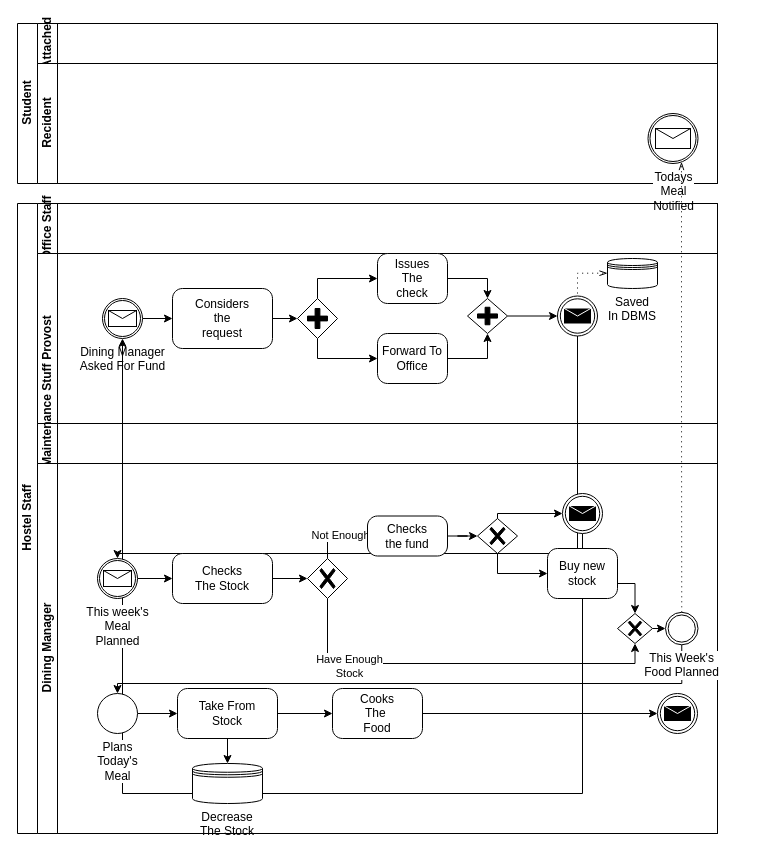
Earlier version of the draw.io diagram page "Page-2" (2 of 6) of BPMN/BPMN_B1_4.drawio (Noman1705088/CSE-326). Source tidied: cells renumbered, new cells numbered last; positions are measured from the earlier drawing's top-left corner, leaving out a move shared by most shapes. Both pictures are drawn from the tidied source at 100%, with x=0, y=0 at pixel (17, 23).
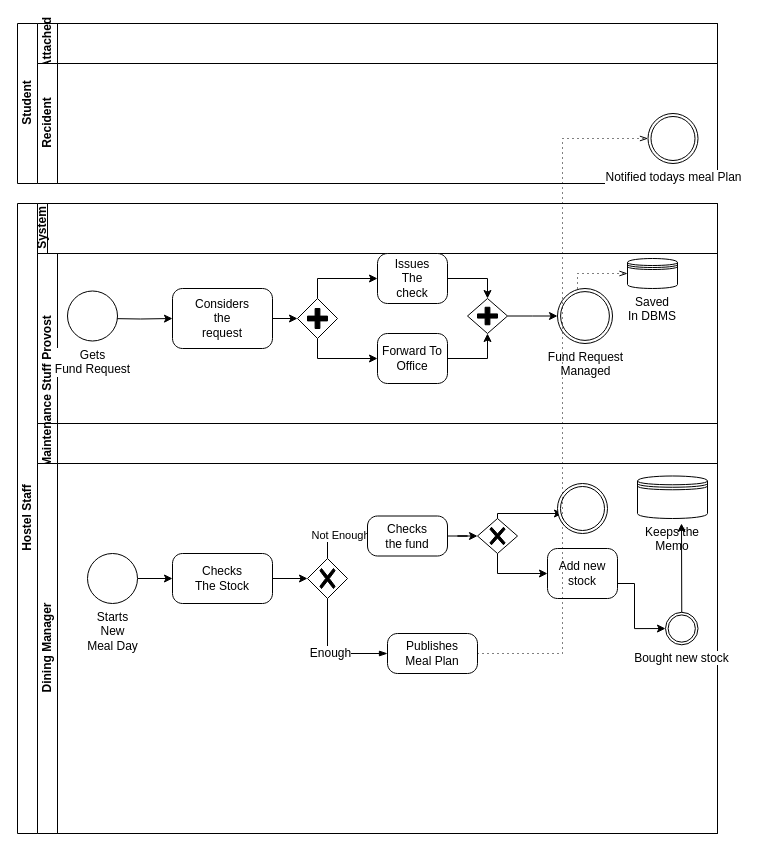
Above is the later version.

Unchanged cells that the change refers to:
```xml
<mxCell id="4" value="Recident" style="swimlane;html=1;startSize=20;horizontal=0;" parent="2" vertex="1">
  <mxGeometry x="20" y="40" width="680" height="120" as="geometry" />
</mxCell>
<mxCell id="6" value="Hostel Staff" style="swimlane;html=1;horizontal=0;startSize=20;" parent="1" vertex="1">
  <mxGeometry y="180" width="700" height="630" as="geometry" />
</mxCell>
<mxCell id="8" value="Provost" style="swimlane;html=1;startSize=20;horizontal=0;" parent="6" vertex="1">
  <mxGeometry x="20" y="50" width="680" height="170" as="geometry" />
</mxCell>
<mxCell id="12" value="Considers&#10;the&#10;request" style="points=[[0.25,0,0],[0.5,0,0],[0.75,0,0],[1,0.25,0],[1,0.5,0],[1,0.75,0],[0.75,1,0],[0.5,1,0],[0.25,1,0],[0,0.75,0],[0,0.5,0],[0,0.25,0]];shape=mxgraph.bpmn.task;whiteSpace=wrap;rectStyle=rounded;size=10;taskMarker=abstract;" parent="8" vertex="1">
  <mxGeometry x="135" y="35" width="100" height="60" as="geometry" />
</mxCell>
<mxCell id="21" style="points=[[0.25,0.25,0],[0.5,0,0],[0.75,0.25,0],[1,0.5,0],[0.75,0.75,0],[0.5,1,0],[0.25,0.75,0],[0,0.5,0]];shape=mxgraph.bpmn.gateway2;html=1;verticalLabelPosition=bottom;labelBackgroundColor=#ffffff;verticalAlign=top;align=center;perimeter=rhombusPerimeter;outlineConnect=0;outline=none;symbol=none;gwType=parallel;" parent="8" vertex="1">
  <mxGeometry x="430" y="45" width="40" height="35" as="geometry" />
</mxCell>
<mxCell id="28" value="Dining Manager" style="swimlane;html=1;startSize=20;horizontal=0;" parent="6" vertex="1">
  <mxGeometry x="20" y="260" width="680" height="370" as="geometry" />
</mxCell>
<mxCell id="30" value="Checks&#10;The Stock" style="points=[[0.25,0,0],[0.5,0,0],[0.75,0,0],[1,0.25,0],[1,0.5,0],[1,0.75,0],[0.75,1,0],[0.5,1,0],[0.25,1,0],[0,0.75,0],[0,0.5,0],[0,0.25,0]];shape=mxgraph.bpmn.task;whiteSpace=wrap;rectStyle=rounded;size=10;taskMarker=abstract;" parent="28" vertex="1">
  <mxGeometry x="135" y="90" width="100" height="50" as="geometry" />
</mxCell>
<mxCell id="35" style="points=[[0.25,0.25,0],[0.5,0,0],[0.75,0.25,0],[1,0.5,0],[0.75,0.75,0],[0.5,1,0],[0.25,0.75,0],[0,0.5,0]];shape=mxgraph.bpmn.gateway2;html=1;verticalLabelPosition=bottom;labelBackgroundColor=#ffffff;verticalAlign=top;align=center;perimeter=rhombusPerimeter;outlineConnect=0;outline=none;symbol=none;gwType=exclusive;" parent="28" vertex="1">
  <mxGeometry x="270" y="95" width="40" height="40" as="geometry" />
</mxCell>
<mxCell id="41" style="points=[[0.25,0.25,0],[0.5,0,0],[0.75,0.25,0],[1,0.5,0],[0.75,0.75,0],[0.5,1,0],[0.25,0.75,0],[0,0.5,0]];shape=mxgraph.bpmn.gateway2;html=1;verticalLabelPosition=bottom;labelBackgroundColor=#ffffff;verticalAlign=top;align=center;perimeter=rhombusPerimeter;outlineConnect=0;outline=none;symbol=none;gwType=exclusive;" parent="28" vertex="1">
  <mxGeometry x="440" y="55" width="40" height="35" as="geometry" />
</mxCell>
```

Diff of the diagram source:
```diff
@@
-    <mxCell id="5" value="Todays&lt;br&gt;Meal&lt;br&gt;Notified" style="points=[[0.145,0.145,0],[0.5,0,0],[0.855,0.145,0],[1,0.5,0],[0.855,0.855,0],[0.5,1,0],[0.145,0.855,0],[0,0.5,0]];shape=mxgraph.bpmn.event;html=1;verticalLabelPosition=bottom;labelBackgroundColor=#ffffff;verticalAlign=top;align=center;perimeter=ellipsePerimeter;outlineConnect=0;outline=catching;symbol=message;" parent="4" vertex="1">
-      <mxGeometry x="610.5" y="50" width="50" height="50" as="geometry" />
-    </mxCell>
+    <mxCell id="60" value="Notified todays meal Plan" style="shape=mxgraph.bpmn.event;html=1;verticalLabelPosition=bottom;labelBackgroundColor=#ffffff;verticalAlign=top;align=center;perimeter=ellipsePerimeter;outline=throwing;symbol=general;" parent="4" vertex="1">
+      <mxGeometry x="610.5" y="50" width="50" height="50" as="geometry" />
+    </mxCell>
@@
-    <mxCell id="7" value="Office Staff" style="swimlane;html=1;startSize=20;horizontal=0;" parent="6" vertex="1">
+    <mxCell id="7" value="System" style="swimlane;html=1;startSize=10;horizontal=0;" parent="6" vertex="1">
       <mxGeometry x="20" width="680" height="50" as="geometry" />
     </mxCell>
@@
-    <mxCell id="9" style="edgeStyle=orthogonalEdgeStyle;rounded=0;jettySize=auto;html=1;exitX=1;exitY=0.5;exitDx=0;exitDy=0;exitPerimeter=0;entryX=0;entryY=0.5;entryDx=0;entryDy=0;entryPerimeter=0;" parent="8" edge="1" source="10" target="12">
-      <mxGeometry relative="1" as="geometry" />
+    <mxCell id="9" style="edgeStyle=orthogonalEdgeStyle;rounded=0;jettySize=auto;html=1;entryX=0;entryY=0.5;entryDx=0;entryDy=0;entryPerimeter=0;" parent="8" edge="1" target="12">
+      <mxGeometry relative="1" as="geometry">
+        <mxPoint x="70" y="65" as="sourcePoint" />
+      </mxGeometry>
     </mxCell>
-    <mxCell id="10" value="Dining Manager&lt;br&gt;Asked For Fund" style="points=[[0.145,0.145,0],[0.5,0,0],[0.855,0.145,0],[1,0.5,0],[0.855,0.855,0],[0.5,1,0],[0.145,0.855,0],[0,0.5,0]];shape=mxgraph.bpmn.event;html=1;verticalLabelPosition=bottom;labelBackgroundColor=#ffffff;verticalAlign=top;align=center;perimeter=ellipsePerimeter;outlineConnect=0;outline=catching;symbol=message;" parent="8" vertex="1">
-      <mxGeometry x="65" y="45" width="40" height="40" as="geometry" />
-    </mxCell>
@@
-    <mxCell id="20" style="edgeStyle=orthogonalEdgeStyle;rounded=0;jettySize=auto;html=1;entryX=0;entryY=0.5;entryDx=0;entryDy=0;entryPerimeter=0;" parent="8" edge="1" source="21" target="24">
-      <mxGeometry relative="1" as="geometry" />
+    <mxCell id="20" style="edgeStyle=orthogonalEdgeStyle;rounded=0;jettySize=auto;html=1;entryX=0;entryY=0.5;entryDx=0;entryDy=0;entryPerimeter=0;" parent="8" edge="1" source="21">
+      <mxGeometry relative="1" as="geometry">
+        <mxPoint x="520" y="62.5" as="targetPoint" />
+      </mxGeometry>
     </mxCell>
@@
     <mxCell id="22" value="Saved&lt;br&gt;In DBMS" style="shape=datastore;whiteSpace=wrap;html=1;labelPosition=center;verticalLabelPosition=bottom;align=center;verticalAlign=top;" parent="8" vertex="1">
-      <mxGeometry x="570" y="5" width="50" height="30" as="geometry" />
+      <mxGeometry x="590" y="5" width="50" height="30" as="geometry" />
     </mxCell>
-    <mxCell id="23" style="edgeStyle=elbowEdgeStyle;fontSize=12;html=1;endFill=0;startFill=0;endSize=6;startSize=6;dashed=1;dashPattern=1 4;endArrow=openThin;startArrow=none;rounded=0;" parent="8" edge="1">
+    <mxCell id="23" style="edgeStyle=elbowEdgeStyle;fontSize=12;html=1;endFill=0;startFill=0;endSize=6;startSize=6;dashed=1;dashPattern=1 4;endArrow=openThin;startArrow=none;rounded=0;entryX=0;entryY=0.5;entryDx=0;entryDy=0;" parent="8" edge="1" target="22">
       <mxGeometry relative="1" as="geometry">
         <mxPoint x="540" y="40" as="sourcePoint" />
-        <mxPoint x="570" y="19.7" as="targetPoint" />
         <Array as="points">
           <mxPoint x="540" y="30" />
         </Array>
       </mxGeometry>
     </mxCell>
-    <mxCell id="24" style="points=[[0.145,0.145,0],[0.5,0,0],[0.855,0.145,0],[1,0.5,0],[0.855,0.855,0],[0.5,1,0],[0.145,0.855,0],[0,0.5,0]];shape=mxgraph.bpmn.event;html=1;verticalLabelPosition=bottom;labelBackgroundColor=#ffffff;verticalAlign=top;align=center;perimeter=ellipsePerimeter;outlineConnect=0;outline=throwing;symbol=message;" parent="8" vertex="1">
-      <mxGeometry x="520" y="42.5" width="40" height="40" as="geometry" />
-    </mxCell>
+    <mxCell id="61" value="Gets&lt;br&gt;Fund Request" style="shape=mxgraph.bpmn.event;html=1;verticalLabelPosition=bottom;labelBackgroundColor=#ffffff;verticalAlign=top;align=center;perimeter=ellipsePerimeter;outline=standard;symbol=general;" parent="8" vertex="1">
+      <mxGeometry x="30" y="37.5" width="50" height="50" as="geometry" />
+    </mxCell>
+    <mxCell id="62" value="Fund Request&lt;br&gt;Managed" style="shape=mxgraph.bpmn.event;html=1;verticalLabelPosition=bottom;labelBackgroundColor=#ffffff;verticalAlign=top;align=center;perimeter=ellipsePerimeter;outline=throwing;symbol=general;" parent="8" vertex="1">
+      <mxGeometry x="520" y="35" width="55" height="55" as="geometry" />
+    </mxCell>
@@
-    <mxCell id="26" style="edgeStyle=orthogonalEdgeStyle;rounded=0;jettySize=auto;html=1;" parent="6" edge="1" source="24" target="39">
-      <mxGeometry relative="1" as="geometry">
-        <Array as="points">
-          <mxPoint x="560" y="350" />
-          <mxPoint x="100" y="350" />
-        </Array>
-      </mxGeometry>
-    </mxCell>
-    <mxCell id="27" style="edgeStyle=orthogonalEdgeStyle;rounded=0;jettySize=auto;html=1;" parent="6" edge="1" source="44" target="10">
-      <mxGeometry relative="1" as="geometry">
-        <Array as="points">
-          <mxPoint x="565" y="590" />
-          <mxPoint x="105" y="590" />
-        </Array>
-      </mxGeometry>
-    </mxCell>
@@
-    <mxCell id="33" style="edgeStyle=orthogonalEdgeStyle;rounded=0;jettySize=auto;html=1;exitX=0.5;exitY=1;exitDx=0;exitDy=0;exitPerimeter=0;entryX=0.5;entryY=1;entryDx=0;entryDy=0;entryPerimeter=0;" parent="28" edge="1" source="35" target="49">
-      <mxGeometry relative="1" as="geometry" />
-    </mxCell>
-    <mxCell id="34" value="Have Enough&lt;br&gt;Stock" style="edgeLabel;html=1;align=center;verticalAlign=middle;" parent="33" vertex="1">
-      <mxGeometry x="-0.56" y="-2" relative="1" as="geometry" />
-    </mxCell>
@@
-    <mxCell id="38" style="edgeStyle=orthogonalEdgeStyle;rounded=0;jettySize=auto;html=1;entryX=0;entryY=0.5;entryDx=0;entryDy=0;entryPerimeter=0;" parent="28" edge="1" source="39" target="30">
-      <mxGeometry relative="1" as="geometry" />
+    <mxCell id="38" style="edgeStyle=orthogonalEdgeStyle;rounded=0;jettySize=auto;html=1;entryX=0;entryY=0.5;entryDx=0;entryDy=0;entryPerimeter=0;" parent="28" edge="1" target="30">
+      <mxGeometry relative="1" as="geometry">
+        <mxPoint x="100" y="115" as="sourcePoint" />
+      </mxGeometry>
     </mxCell>
-    <mxCell id="39" value="This week's&lt;br&gt;Meal&lt;br&gt;Planned" style="points=[[0.145,0.145,0],[0.5,0,0],[0.855,0.145,0],[1,0.5,0],[0.855,0.855,0],[0.5,1,0],[0.145,0.855,0],[0,0.5,0]];shape=mxgraph.bpmn.event;html=1;verticalLabelPosition=bottom;labelBackgroundColor=#ffffff;verticalAlign=top;align=center;perimeter=ellipsePerimeter;outlineConnect=0;outline=catching;symbol=message;" parent="28" vertex="1">
-      <mxGeometry x="60" y="95" width="40" height="40" as="geometry" />
-    </mxCell>
@@
-    <mxCell id="42" style="edgeStyle=orthogonalEdgeStyle;rounded=0;jettySize=auto;html=1;entryX=0.5;entryY=0;entryDx=0;entryDy=0;entryPerimeter=0;" parent="28" edge="1" source="43" target="49">
+    <mxCell id="42" style="edgeStyle=orthogonalEdgeStyle;rounded=0;jettySize=auto;html=1;entryX=0;entryY=0.5;entryDx=0;entryDy=0;entryPerimeter=0;" parent="28" edge="1" source="43" target="47">
       <mxGeometry relative="1" as="geometry">
         <Array as="points">
           <mxPoint x="597" y="120" />
+          <mxPoint x="597" y="165" />
         </Array>
       </mxGeometry>
     </mxCell>
-    <mxCell id="43" value="Buy new&#10;stock" style="points=[[0.25,0,0],[0.5,0,0],[0.75,0,0],[1,0.25,0],[1,0.5,0],[1,0.75,0],[0.75,1,0],[0.5,1,0],[0.25,1,0],[0,0.75,0],[0,0.5,0],[0,0.25,0]];shape=mxgraph.bpmn.task;whiteSpace=wrap;rectStyle=rounded;size=10;taskMarker=abstract;" parent="28" vertex="1">
+    <mxCell id="43" value="Add new stock" style="points=[[0.25,0,0],[0.5,0,0],[0.75,0,0],[1,0.25,0],[1,0.5,0],[1,0.75,0],[0.75,1,0],[0.5,1,0],[0.25,1,0],[0,0.75,0],[0,0.5,0],[0,0.25,0]];shape=mxgraph.bpmn.task;whiteSpace=wrap;rectStyle=rounded;size=10;taskMarker=abstract;" parent="28" vertex="1">
       <mxGeometry x="510" y="85" width="70" height="50" as="geometry" />
     </mxCell>
-    <mxCell id="44" style="points=[[0.145,0.145,0],[0.5,0,0],[0.855,0.145,0],[1,0.5,0],[0.855,0.855,0],[0.5,1,0],[0.145,0.855,0],[0,0.5,0]];shape=mxgraph.bpmn.event;html=1;verticalLabelPosition=bottom;labelBackgroundColor=#ffffff;verticalAlign=top;align=center;perimeter=ellipsePerimeter;outlineConnect=0;outline=throwing;symbol=message;" parent="28" vertex="1">
-      <mxGeometry x="525" y="30" width="40" height="40" as="geometry" />
-    </mxCell>
-    <mxCell id="45" style="edgeStyle=orthogonalEdgeStyle;rounded=0;jettySize=auto;html=1;entryX=0;entryY=0.5;entryDx=0;entryDy=0;entryPerimeter=0;" parent="28" edge="1" source="41" target="44">
+    <mxCell id="45" style="edgeStyle=orthogonalEdgeStyle;rounded=0;jettySize=auto;html=1;entryX=0;entryY=0.5;entryDx=0;entryDy=0;entryPerimeter=0;" parent="28" edge="1" source="41">
       <mxGeometry relative="1" as="geometry">
+        <mxPoint x="525" y="50" as="targetPoint" />
         <Array as="points">
           <mxPoint x="460" y="50" />
         </Array>
       </mxGeometry>
     </mxCell>
-    <mxCell id="46" style="edgeStyle=orthogonalEdgeStyle;rounded=0;jettySize=auto;html=1;" parent="28" edge="1" source="47" target="51">
-      <mxGeometry relative="1" as="geometry">
-        <Array as="points">
-          <mxPoint x="644" y="220" />
-        </Array>
-      </mxGeometry>
-    </mxCell>
-    <mxCell id="47" value="This Week's&lt;br&gt;Food Planned" style="points=[[0.145,0.145,0],[0.5,0,0],[0.855,0.145,0],[1,0.5,0],[0.855,0.855,0],[0.5,1,0],[0.145,0.855,0],[0,0.5,0]];shape=mxgraph.bpmn.event;html=1;verticalLabelPosition=bottom;labelBackgroundColor=#ffffff;verticalAlign=top;align=center;perimeter=ellipsePerimeter;outlineConnect=0;outline=throwing;symbol=general;" parent="28" vertex="1">
+    <mxCell id="47" value="Bought new stock" style="points=[[0.145,0.145,0],[0.5,0,0],[0.855,0.145,0],[1,0.5,0],[0.855,0.855,0],[0.5,1,0],[0.145,0.855,0],[0,0.5,0]];shape=mxgraph.bpmn.event;html=1;verticalLabelPosition=bottom;labelBackgroundColor=#ffffff;verticalAlign=top;align=center;perimeter=ellipsePerimeter;outlineConnect=0;outline=throwing;symbol=general;" parent="28" vertex="1">
       <mxGeometry x="628" y="148.8" width="32.5" height="32.5" as="geometry" />
     </mxCell>
-    <mxCell id="48" style="edgeStyle=orthogonalEdgeStyle;rounded=0;jettySize=auto;html=1;exitX=1;exitY=0.5;exitDx=0;exitDy=0;exitPerimeter=0;entryX=0;entryY=0.5;entryDx=0;entryDy=0;entryPerimeter=0;" parent="28" edge="1" source="49" target="47">
-      <mxGeometry relative="1" as="geometry" />
-    </mxCell>
-    <mxCell id="49" style="points=[[0.25,0.25,0],[0.5,0,0],[0.75,0.25,0],[1,0.5,0],[0.75,0.75,0],[0.5,1,0],[0.25,0.75,0],[0,0.5,0]];shape=mxgraph.bpmn.gateway2;html=1;verticalLabelPosition=bottom;labelBackgroundColor=#ffffff;verticalAlign=top;align=center;perimeter=rhombusPerimeter;outlineConnect=0;outline=none;symbol=none;gwType=exclusive;" parent="28" vertex="1">
-      <mxGeometry x="580" y="150" width="35" height="30" as="geometry" />
-    </mxCell>
-    <mxCell id="50" style="edgeStyle=orthogonalEdgeStyle;rounded=0;jettySize=auto;html=1;entryX=0;entryY=0.5;entryDx=0;entryDy=0;entryPerimeter=0;" parent="28" edge="1" source="51" target="54">
-      <mxGeometry relative="1" as="geometry" />
+    <mxCell id="50" style="edgeStyle=orthogonalEdgeStyle;rounded=0;orthogonalLoop=1;jettySize=auto;html=1;entryX=0;entryY=0.5;entryDx=0;entryDy=0;entryPerimeter=0;" parent="28" edge="1">
+      <mxGeometry relative="1" as="geometry">
+        <mxPoint x="140" y="250" as="targetPoint" />
+      </mxGeometry>
     </mxCell>
-    <mxCell id="51" value="Plans&lt;br&gt;Today's&lt;br&gt;Meal" style="points=[[0.145,0.145,0],[0.5,0,0],[0.855,0.145,0],[1,0.5,0],[0.855,0.855,0],[0.5,1,0],[0.145,0.855,0],[0,0.5,0]];shape=mxgraph.bpmn.event;html=1;verticalLabelPosition=bottom;labelBackgroundColor=#ffffff;verticalAlign=top;align=center;perimeter=ellipsePerimeter;outlineConnect=0;outline=standard;symbol=general;" parent="28" vertex="1">
-      <mxGeometry x="60" y="230" width="40" height="40" as="geometry" />
-    </mxCell>
-    <mxCell id="52" style="edgeStyle=orthogonalEdgeStyle;rounded=0;jettySize=auto;html=1;entryX=0.5;entryY=0;entryDx=0;entryDy=0;" parent="28" edge="1" source="54" target="55">
-      <mxGeometry relative="1" as="geometry" />
+    <mxCell id="52" style="edgeStyle=orthogonalEdgeStyle;rounded=0;orthogonalLoop=1;jettySize=auto;html=1;entryX=0.5;entryY=0;entryDx=0;entryDy=0;" parent="28" edge="1">
+      <mxGeometry relative="1" as="geometry">
+        <mxPoint x="190" y="275" as="sourcePoint" />
+      </mxGeometry>
     </mxCell>
-    <mxCell id="53" style="edgeStyle=orthogonalEdgeStyle;rounded=0;jettySize=auto;html=1;entryX=0;entryY=0.5;entryDx=0;entryDy=0;entryPerimeter=0;" parent="28" edge="1" source="54" target="57">
-      <mxGeometry relative="1" as="geometry" />
+    <mxCell id="53" style="edgeStyle=orthogonalEdgeStyle;rounded=0;orthogonalLoop=1;jettySize=auto;html=1;entryX=0;entryY=0.5;entryDx=0;entryDy=0;entryPerimeter=0;" parent="28" edge="1">
+      <mxGeometry relative="1" as="geometry">
+        <mxPoint x="240" y="250" as="sourcePoint" />
+      </mxGeometry>
     </mxCell>
-    <mxCell id="54" value="Take From&#10;Stock" style="points=[[0.25,0,0],[0.5,0,0],[0.75,0,0],[1,0.25,0],[1,0.5,0],[1,0.75,0],[0.75,1,0],[0.5,1,0],[0.25,1,0],[0,0.75,0],[0,0.5,0],[0,0.25,0]];shape=mxgraph.bpmn.task;whiteSpace=wrap;rectStyle=rounded;size=10;taskMarker=abstract;" parent="28" vertex="1">
-      <mxGeometry x="140" y="225" width="100" height="50" as="geometry" />
-    </mxCell>
-    <mxCell id="55" value="Decrease&lt;br&gt;The Stock" style="shape=datastore;whiteSpace=wrap;html=1;labelPosition=center;verticalLabelPosition=bottom;align=center;verticalAlign=top;" parent="28" vertex="1">
-      <mxGeometry x="155" y="300" width="70" height="40" as="geometry" />
-    </mxCell>
-    <mxCell id="56" style="edgeStyle=orthogonalEdgeStyle;rounded=0;jettySize=auto;html=1;exitX=1;exitY=0.5;exitDx=0;exitDy=0;exitPerimeter=0;entryX=0;entryY=0.5;entryDx=0;entryDy=0;entryPerimeter=0;" parent="28" edge="1" source="57" target="58">
-      <mxGeometry relative="1" as="geometry" />
+    <mxCell id="56" style="edgeStyle=orthogonalEdgeStyle;rounded=0;orthogonalLoop=1;jettySize=auto;html=1;exitX=1;exitY=0.5;exitDx=0;exitDy=0;exitPerimeter=0;entryX=0;entryY=0.5;entryDx=0;entryDy=0;entryPerimeter=0;" parent="28" edge="1">
+      <mxGeometry relative="1" as="geometry">
+        <mxPoint x="385" y="250" as="sourcePoint" />
+      </mxGeometry>
     </mxCell>
-    <mxCell id="57" value="Cooks&#10;The &#10;Food" style="points=[[0.25,0,0],[0.5,0,0],[0.75,0,0],[1,0.25,0],[1,0.5,0],[1,0.75,0],[0.75,1,0],[0.5,1,0],[0.25,1,0],[0,0.75,0],[0,0.5,0],[0,0.25,0]];shape=mxgraph.bpmn.task;whiteSpace=wrap;rectStyle=rounded;size=10;taskMarker=abstract;" parent="28" vertex="1">
-      <mxGeometry x="295" y="225" width="90" height="50" as="geometry" />
-    </mxCell>
-    <mxCell id="58" style="points=[[0.145,0.145,0],[0.5,0,0],[0.855,0.145,0],[1,0.5,0],[0.855,0.855,0],[0.5,1,0],[0.145,0.855,0],[0,0.5,0]];shape=mxgraph.bpmn.event;html=1;verticalLabelPosition=bottom;labelBackgroundColor=#ffffff;verticalAlign=top;align=center;perimeter=ellipsePerimeter;outlineConnect=0;outline=throwing;symbol=message;" parent="28" vertex="1">
-      <mxGeometry x="620" y="230" width="40" height="40" as="geometry" />
-    </mxCell>
+    <mxCell id="63" value="Keeps the Memo" style="shape=datastore;whiteSpace=wrap;html=1;labelPosition=center;verticalLabelPosition=bottom;align=center;verticalAlign=top;" parent="28" vertex="1">
+      <mxGeometry x="600" y="12.5" width="70" height="42.5" as="geometry" />
+    </mxCell>
+    <mxCell id="64" style="endArrow=classic;html=1;rounded=0;exitX=0.5;exitY=0;exitDx=0;exitDy=0;exitPerimeter=0;" parent="28" edge="1" source="47">
+      <mxGeometry relative="1" as="geometry">
+        <mxPoint x="644" y="60" as="targetPoint" />
+      </mxGeometry>
+    </mxCell>
+    <mxCell id="65" style="shape=mxgraph.bpmn.event;html=1;verticalLabelPosition=bottom;labelBackgroundColor=#ffffff;verticalAlign=top;align=center;perimeter=ellipsePerimeter;outline=throwing;symbol=general;" parent="28" vertex="1">
+      <mxGeometry x="520" y="20" width="50" height="50" as="geometry" />
+    </mxCell>
+    <mxCell id="66" value="Enough" style="edgeStyle=elbowEdgeStyle;fontSize=12;html=1;endArrow=blockThin;endFill=1;rounded=0;exitX=0.5;exitY=1;exitDx=0;exitDy=0;exitPerimeter=0;" parent="28" edge="1" source="35">
+      <mxGeometry relative="1" as="geometry">
+        <mxPoint x="350" y="190" as="targetPoint" />
+        <Array as="points">
+          <mxPoint x="290" y="190" />
+        </Array>
+      </mxGeometry>
+    </mxCell>
+    <mxCell id="67" value="Starts&lt;br&gt;New&lt;br&gt;Meal Day" style="shape=mxgraph.bpmn.event;html=1;verticalLabelPosition=bottom;labelBackgroundColor=#ffffff;verticalAlign=top;align=center;perimeter=ellipsePerimeter;outline=standard;symbol=general;" parent="28" vertex="1">
+      <mxGeometry x="50" y="90" width="50" height="50" as="geometry" />
+    </mxCell>
+    <mxCell id="68" value="Publishes&#10;Meal Plan" style="points=[[0.25,0,0],[0.5,0,0],[0.75,0,0],[1,0.25,0],[1,0.5,0],[1,0.75,0],[0.75,1,0],[0.5,1,0],[0.25,1,0],[0,0.75,0],[0,0.5,0],[0,0.25,0]];shape=mxgraph.bpmn.task;whiteSpace=wrap;rectStyle=rounded;size=10;taskMarker=abstract;" parent="28" vertex="1">
+      <mxGeometry x="350" y="170" width="90" height="40" as="geometry" />
+    </mxCell>
-    <mxCell id="59" style="edgeStyle=elbowEdgeStyle;fontSize=12;html=1;endFill=0;startFill=0;endSize=6;startSize=6;dashed=1;dashPattern=1 4;endArrow=openThin;startArrow=none;rounded=0;" parent="1" edge="1" source="47" target="5">
-      <mxGeometry relative="1" as="geometry" />
+    <mxCell id="59" style="edgeStyle=elbowEdgeStyle;fontSize=12;html=1;endFill=0;startFill=0;endSize=6;startSize=6;dashed=1;dashPattern=1 4;endArrow=openThin;startArrow=none;rounded=0;exitX=1;exitY=0.5;exitDx=0;exitDy=0;exitPerimeter=0;" parent="1" edge="1" source="68">
+      <mxGeometry relative="1" as="geometry">
+        <mxPoint x="630.5" y="115" as="targetPoint" />
+      </mxGeometry>
     </mxCell>
```
